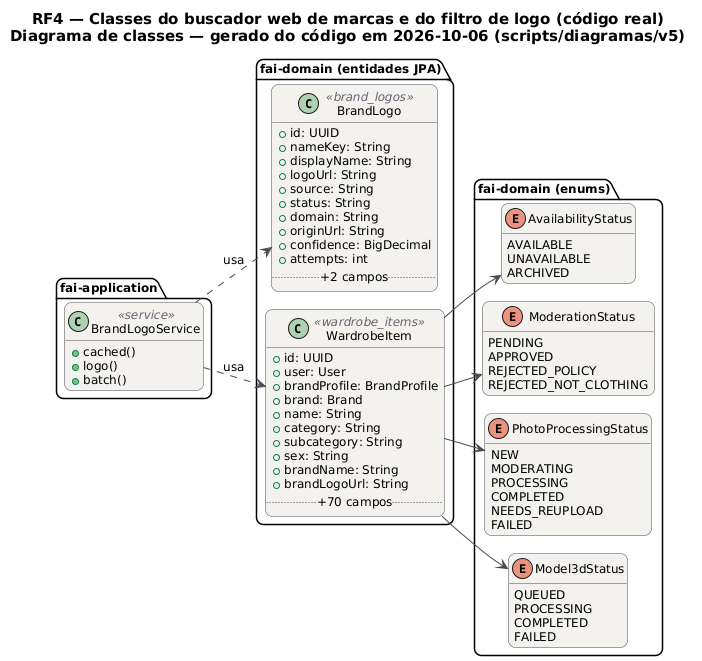
This is docs/diagramas/RF4/RF4_Classes_Buscador_Marcas.png from MatheusHaliski/tcc-2026-fashion-ai-backend, a PlantUML export, as it was before one commit.
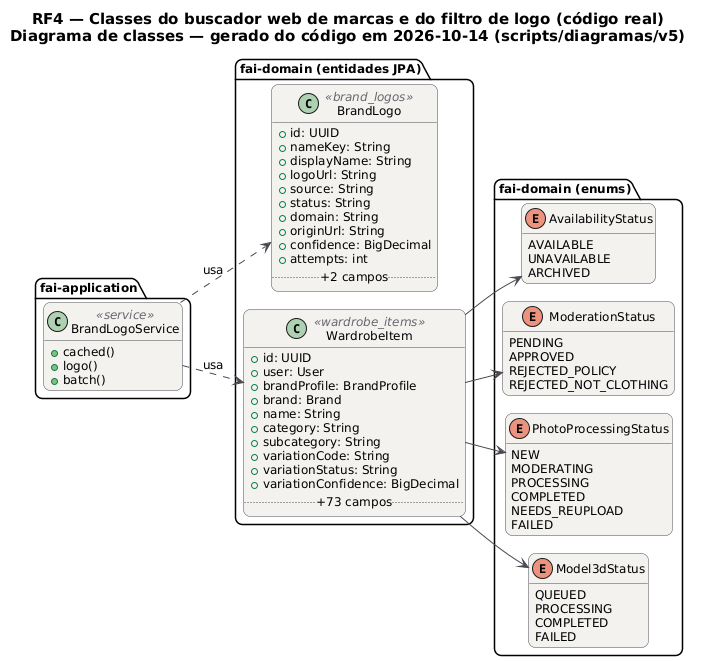
The same file after the commit.

What changed in the source:
```diff
@@ -20,7 +20,7 @@
 }
 hide empty members
 left to right direction
-title RF4 — Classes do buscador web de marcas e do filtro de logo (código real)\nDiagrama de classes — gerado do código em 2026-10-06 (scripts/diagramas/v5)
+title RF4 — Classes do buscador web de marcas e do filtro de logo (código real)\nDiagrama de classes — gerado do código em 2026-10-14 (scripts/diagramas/v5)
 
 package "fai-domain (entidades JPA)" {
   class BrandLogo <<brand_logos>> {
@@ -44,10 +44,10 @@
     +name: String
     +category: String
     +subcategory: String
-    +sex: String
-    +brandName: String
-    +brandLogoUrl: String
-    .. +70 campos ..
+    +variationCode: String
+    +variationStatus: String
+    +variationConfidence: BigDecimal
+    .. +73 campos ..
   }
 }
 package "fai-domain (enums)" {
```
